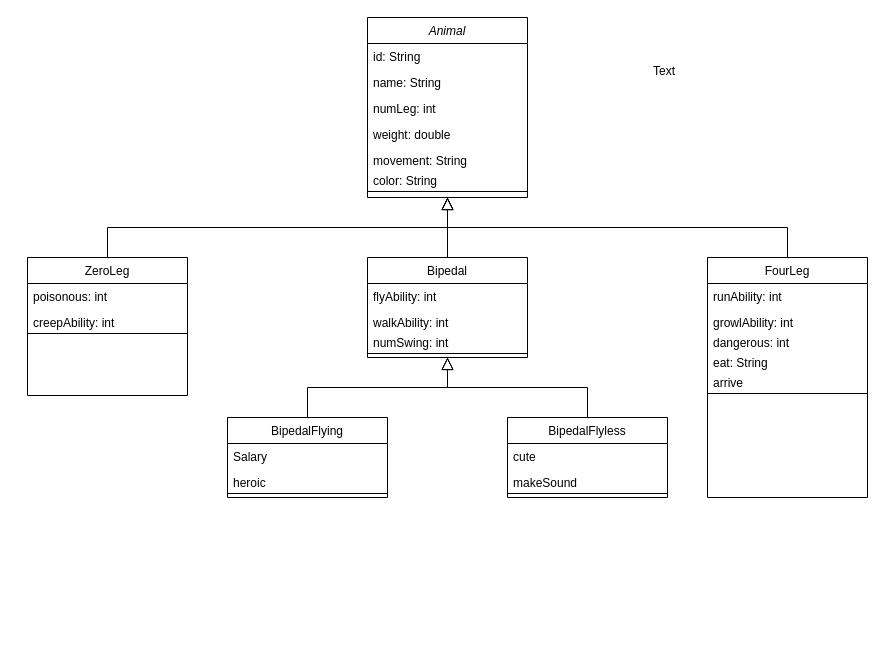
congtrung6391/fptu-schoolwork keeps this draw.io diagram as LAB211/Lab01/entity-diagram.drawio. Above is the earlier version. Source tidied: cells renumbered, new cells numbered last; positions are measured from the earlier drawing's top-left corner, leaving out a move shared by most shapes. Both pictures are drawn from the tidied source at 100%, with x=0, y=0 at pixel (27, 17).
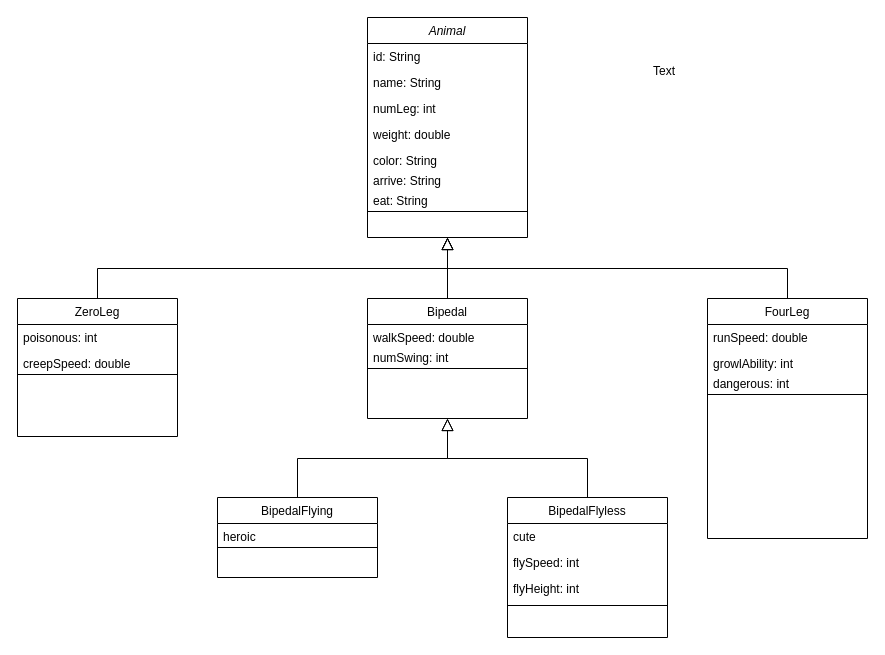
The same page after the edit.

What changed in the source:
```diff
@@
     <mxCell id="2" value="Animal" style="swimlane;fontStyle=2;align=center;verticalAlign=top;horizontal=1;startSize=26;rounded=0;shadow=0;strokeWidth=1;" parent="1" vertex="1">
-      <mxGeometry x="340" width="160" height="180" as="geometry" />
+      <mxGeometry x="340" width="160" height="220" as="geometry" />
     </mxCell>
@@
-    <mxCell id="7" value="movement: String" style="text;html=1;align=left;verticalAlign=top;fillColor=none;strokeColor=none;rounded=0;shadow=0;spacingLeft=4;spacingRight=4;" parent="2" vertex="1">
-      <mxGeometry y="130" width="160" height="20" as="geometry" />
-    </mxCell>
     <mxCell id="8" value="color: String" style="text;html=1;align=left;verticalAlign=top;fillColor=none;strokeColor=none;rounded=0;shadow=0;spacingLeft=4;spacingRight=4;" parent="2" vertex="1">
-      <mxGeometry y="150" width="160" height="20" as="geometry" />
+      <mxGeometry y="130" width="160" height="20" as="geometry" />
     </mxCell>
+    <mxCell id="20" value="arrive: String" style="text;html=1;align=left;verticalAlign=top;fillColor=none;strokeColor=none;rounded=0;shadow=0;spacingLeft=4;spacingRight=4;" parent="2" vertex="1">
+      <mxGeometry y="150" width="160" height="20" as="geometry" />
+    </mxCell>
+    <mxCell id="19" value="eat: String" style="text;html=1;align=left;verticalAlign=top;fillColor=none;strokeColor=none;rounded=0;shadow=0;spacingLeft=4;spacingRight=4;" parent="2" vertex="1">
+      <mxGeometry y="170" width="160" height="20" as="geometry" />
+    </mxCell>
     <mxCell id="9" style="line;html=1;strokeWidth=1;align=left;verticalAlign=middle;spacingTop=-1;spacingLeft=3;spacingRight=3;labelPosition=right;" parent="2" vertex="1">
-      <mxGeometry y="170" width="160" height="8" as="geometry" />
+      <mxGeometry y="190" width="160" height="8" as="geometry" />
     </mxCell>
     <mxCell id="10" value="ZeroLeg" style="swimlane;fontStyle=0;align=center;verticalAlign=top;horizontal=1;startSize=26;rounded=0;shadow=0;strokeWidth=1;" parent="1" vertex="1">
-      <mxGeometry y="240" width="160" height="138" as="geometry" />
+      <mxGeometry x="-10" y="281" width="160" height="138" as="geometry" />
     </mxCell>
@@
-    <mxCell id="12" value="creepAbility: int" style="text;html=1;align=left;verticalAlign=top;fillColor=none;strokeColor=none;rounded=0;shadow=0;spacingLeft=4;spacingRight=4;" parent="10" vertex="1">
+    <mxCell id="12" value="creepSpeed: double" style="text;html=1;align=left;verticalAlign=top;fillColor=none;strokeColor=none;rounded=0;shadow=0;spacingLeft=4;spacingRight=4;" parent="10" vertex="1">
       <mxGeometry y="52" width="160" height="20" as="geometry" />
     </mxCell>
@@
     <mxCell id="15" value="FourLeg" style="swimlane;fontStyle=0;align=center;verticalAlign=top;horizontal=1;startSize=26;rounded=0;shadow=0;strokeWidth=1;" parent="1" vertex="1">
-      <mxGeometry x="680" y="240" width="160" height="240" as="geometry" />
+      <mxGeometry x="680" y="281" width="160" height="240" as="geometry" />
     </mxCell>
-    <mxCell id="16" value="runAbility: int" style="text;align=left;verticalAlign=top;spacingLeft=4;spacingRight=4;overflow=hidden;" parent="15" vertex="1">
+    <mxCell id="16" value="runSpeed: double" style="text;align=left;verticalAlign=top;spacingLeft=4;spacingRight=4;overflow=hidden;" parent="15" vertex="1">
       <mxGeometry y="26" width="160" height="26" as="geometry" />
     </mxCell>
@@
-    <mxCell id="19" value="eat: String" style="text;html=1;align=left;verticalAlign=top;fillColor=none;strokeColor=none;rounded=0;shadow=0;spacingLeft=4;spacingRight=4;" parent="15" vertex="1">
-      <mxGeometry y="92" width="160" height="20" as="geometry" />
-    </mxCell>
-    <mxCell id="20" value="arrive" style="text;html=1;align=left;verticalAlign=top;fillColor=none;strokeColor=none;rounded=0;shadow=0;spacingLeft=4;spacingRight=4;" parent="15" vertex="1">
-      <mxGeometry y="112" width="160" height="20" as="geometry" />
-    </mxCell>
     <mxCell id="21" style="line;html=1;strokeWidth=1;align=left;verticalAlign=middle;spacingTop=-1;spacingLeft=3;spacingRight=3;labelPosition=right;" parent="15" vertex="1">
-      <mxGeometry y="132" width="160" height="8" as="geometry" />
+      <mxGeometry y="92" width="160" height="8" as="geometry" />
     </mxCell>
@@
     <mxCell id="24" value="Bipedal" style="swimlane;fontStyle=0;align=center;verticalAlign=top;horizontal=1;startSize=26;rounded=0;shadow=0;strokeWidth=1;" parent="1" vertex="1">
-      <mxGeometry x="340" y="240" width="160" height="100" as="geometry" />
+      <mxGeometry x="340" y="281" width="160" height="120" as="geometry" />
     </mxCell>
-    <mxCell id="25" value="flyAbility: int" style="text;align=left;verticalAlign=top;spacingLeft=4;spacingRight=4;overflow=hidden;" parent="24" vertex="1">
-      <mxGeometry y="26" width="160" height="26" as="geometry" />
-    </mxCell>
-    <mxCell id="26" value="walkAbility: int" style="text;html=1;align=left;verticalAlign=top;fillColor=none;strokeColor=none;rounded=0;shadow=0;spacingLeft=4;spacingRight=4;" parent="24" vertex="1">
-      <mxGeometry y="52" width="160" height="20" as="geometry" />
+    <mxCell id="26" value="walkSpeed: double" style="text;html=1;align=left;verticalAlign=top;fillColor=none;strokeColor=none;rounded=0;shadow=0;spacingLeft=4;spacingRight=4;" parent="24" vertex="1">
+      <mxGeometry y="26" width="160" height="20" as="geometry" />
     </mxCell>
     <mxCell id="27" value="numSwing: int" style="text;html=1;align=left;verticalAlign=top;fillColor=none;strokeColor=none;rounded=0;shadow=0;spacingLeft=4;spacingRight=4;" parent="24" vertex="1">
-      <mxGeometry y="72" width="160" height="20" as="geometry" />
+      <mxGeometry y="46" width="160" height="20" as="geometry" />
     </mxCell>
     <mxCell id="28" style="line;html=1;strokeWidth=1;align=left;verticalAlign=middle;spacingTop=-1;spacingLeft=3;spacingRight=3;labelPosition=right;" parent="24" vertex="1">
-      <mxGeometry y="92" width="160" height="8" as="geometry" />
+      <mxGeometry y="66" width="160" height="8" as="geometry" />
     </mxCell>
@@
     <mxCell id="30" value="BipedalFlying" style="swimlane;fontStyle=0;align=center;verticalAlign=top;horizontal=1;startSize=26;rounded=0;shadow=0;strokeWidth=1;" parent="1" vertex="1">
-      <mxGeometry x="200" y="400" width="160" height="80" as="geometry" />
+      <mxGeometry x="190" y="480" width="160" height="80" as="geometry" />
     </mxCell>
-    <mxCell id="31" value="Salary" style="text;align=left;verticalAlign=top;spacingLeft=4;spacingRight=4;overflow=hidden;" parent="30" vertex="1">
-      <mxGeometry y="26" width="160" height="26" as="geometry" />
-    </mxCell>
     <mxCell id="32" value="heroic" style="text;html=1;align=left;verticalAlign=top;fillColor=none;strokeColor=none;rounded=0;shadow=0;spacingLeft=4;spacingRight=4;" parent="30" vertex="1">
-      <mxGeometry y="52" width="160" height="20" as="geometry" />
+      <mxGeometry y="26" width="160" height="20" as="geometry" />
     </mxCell>
     <mxCell id="33" style="line;html=1;strokeWidth=1;align=left;verticalAlign=middle;spacingTop=-1;spacingLeft=3;spacingRight=3;labelPosition=right;" parent="30" vertex="1">
-      <mxGeometry y="72" width="160" height="8" as="geometry" />
+      <mxGeometry y="46" width="160" height="8" as="geometry" />
     </mxCell>
@@
     <mxCell id="35" value="BipedalFlyless" style="swimlane;fontStyle=0;align=center;verticalAlign=top;horizontal=1;startSize=26;rounded=0;shadow=0;strokeWidth=1;" parent="1" vertex="1">
-      <mxGeometry x="480" y="400" width="160" height="80" as="geometry" />
+      <mxGeometry x="480" y="480" width="160" height="140" as="geometry" />
     </mxCell>
@@
-    <mxCell id="37" value="makeSound" style="text;html=1;align=left;verticalAlign=top;fillColor=none;strokeColor=none;rounded=0;shadow=0;spacingLeft=4;spacingRight=4;" parent="35" vertex="1">
-      <mxGeometry y="52" width="160" height="20" as="geometry" />
-    </mxCell>
+    <mxCell id="25" value="flySpeed: int" style="text;align=left;verticalAlign=top;spacingLeft=4;spacingRight=4;overflow=hidden;" parent="35" vertex="1">
+      <mxGeometry y="52" width="160" height="26" as="geometry" />
+    </mxCell>
+    <mxCell id="40" value="flyHeight: int" style="text;align=left;verticalAlign=top;spacingLeft=4;spacingRight=4;overflow=hidden;" parent="35" vertex="1">
+      <mxGeometry y="78" width="160" height="26" as="geometry" />
+    </mxCell>
     <mxCell id="38" style="line;html=1;strokeWidth=1;align=left;verticalAlign=middle;spacingTop=-1;spacingLeft=3;spacingRight=3;labelPosition=right;" parent="35" vertex="1">
-      <mxGeometry y="72" width="160" height="8" as="geometry" />
+      <mxGeometry y="104" width="160" height="8" as="geometry" />
     </mxCell>
```
